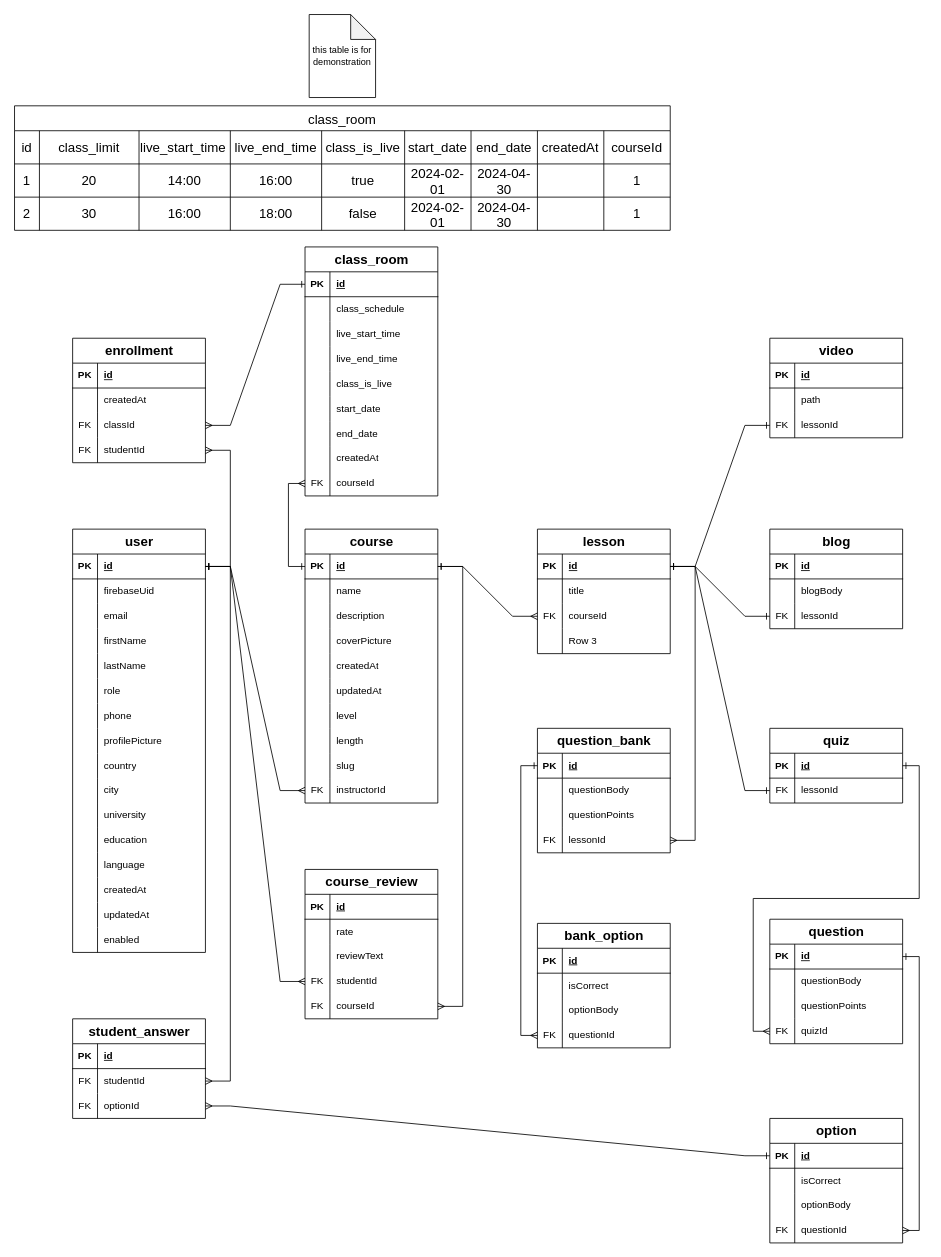
The draw.io diagram Dorraq.drawio in YAMANX8/UML, before the edit. Source tidied: cells renumbered, new cells numbered last; positions are measured from the earlier drawing's top-left corner, leaving out a move shared by most shapes. Both pictures are drawn from the tidied source at 83%, with x=0, y=0 at pixel (14, 14).
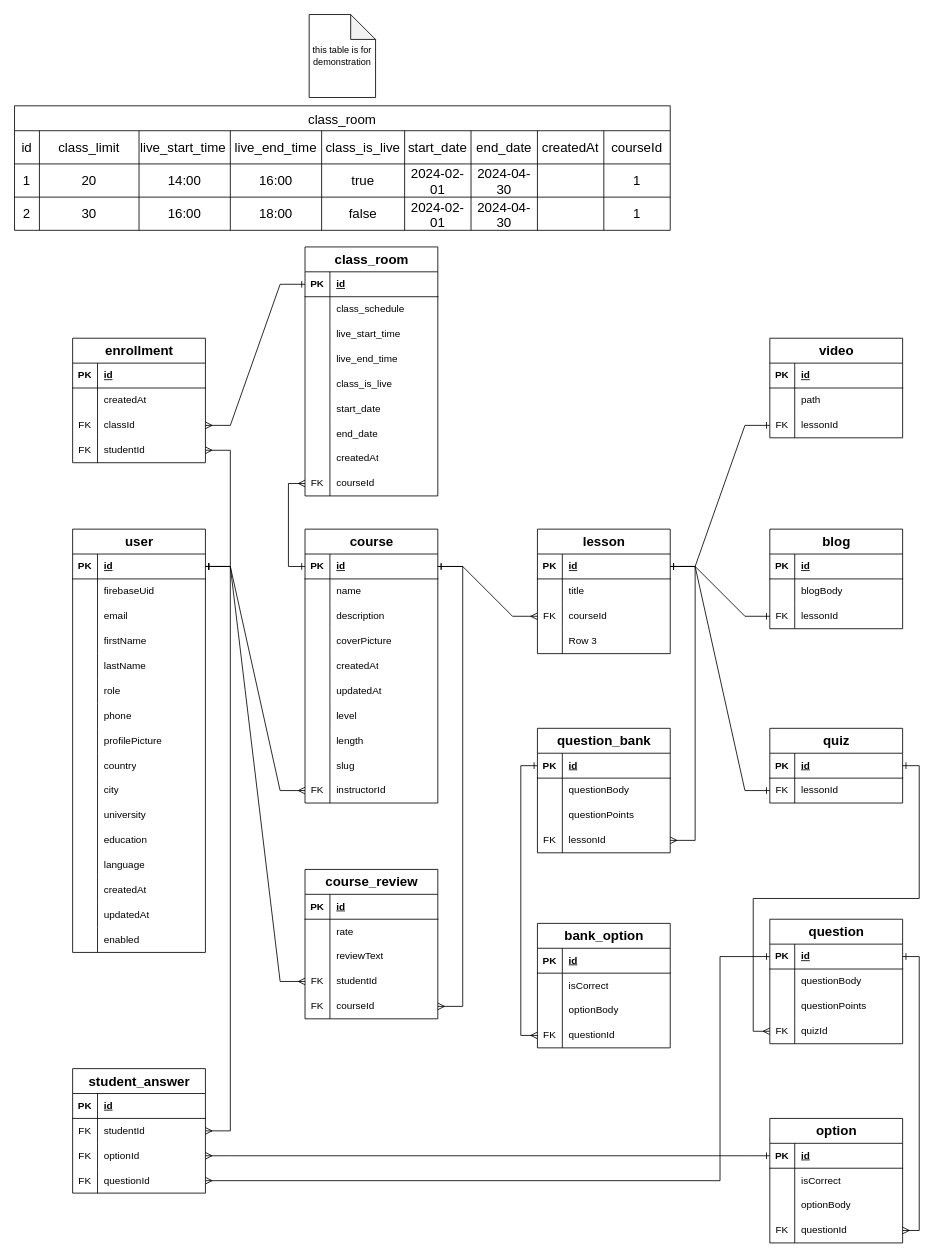
The same page after the edit.

Unchanged cells that the change refers to:
```xml
<mxCell id="136" style="shape=tableRow;horizontal=0;startSize=0;swimlaneHead=0;swimlaneBody=0;fillColor=none;points=[[0,0.5],[1,0.5]];portConstraint=eastwest;top=0;left=0;right=0;bottom=1;" parent="135" vertex="1">
  <mxGeometry y="30" width="160" height="30" as="geometry" />
</mxCell>
```

What changed in the source:
```diff
@@
     <mxCell id="174" value="&lt;span style=&quot;font-size: 16px;&quot;&gt;student_answer&lt;/span&gt;" style="shape=table;startSize=30;childLayout=tableLayout;rowLines=0;fontStyle=1;align=center;html=1;strokeWidth=1;" parent="1" vertex="1">
-      <mxGeometry x="70" y="1210" width="160" height="120" as="geometry" />
+      <mxGeometry x="70" y="1270" width="160" height="150" as="geometry" />
     </mxCell>
@@
+    <mxCell id="289" style="shape=tableRow;horizontal=0;startSize=0;swimlaneHead=0;swimlaneBody=0;fillColor=none;points=[[0,0.5],[1,0.5]];portConstraint=eastwest;top=0;left=0;right=0;bottom=0;" parent="174" vertex="1">
+      <mxGeometry y="120" width="160" height="30" as="geometry" />
+    </mxCell>
+    <mxCell id="290" value="FK" style="shape=partialRectangle;fillColor=none;top=0;left=0;bottom=0;right=0;overflow=hidden;whiteSpace=wrap;html=1;" parent="289" vertex="1">
+      <mxGeometry width="30" height="30" as="geometry" />
+    </mxCell>
+    <mxCell id="291" value="questionId" style="shape=partialRectangle;fillColor=none;top=0;left=0;bottom=0;right=0;align=left;spacingLeft=6;overflow=hidden;whiteSpace=wrap;html=1;" parent="289" vertex="1">
+      <mxGeometry x="30" width="130" height="30" as="geometry" />
+    </mxCell>
@@
+    <mxCell id="292" style="edgeStyle=orthogonalEdgeStyle;shape=connector;rounded=0;jettySize=auto;html=1;exitX=0;exitY=0.5;exitDx=0;exitDy=0;entryX=1;entryY=0.5;entryDx=0;entryDy=0;labelBackgroundColor=default;strokeColor=default;align=center;verticalAlign=middle;fontFamily=Helvetica;fontSize=11;fontColor=default;startArrow=ERone;startFill=0;endArrow=ERmany;endFill=0;" parent="1" edge="1" source="136" target="289">
+      <mxGeometry relative="1" as="geometry">
+        <Array as="points">
+          <mxPoint x="850" y="1135" />
+          <mxPoint x="850" y="1405" />
+        </Array>
+      </mxGeometry>
+    </mxCell>
```
